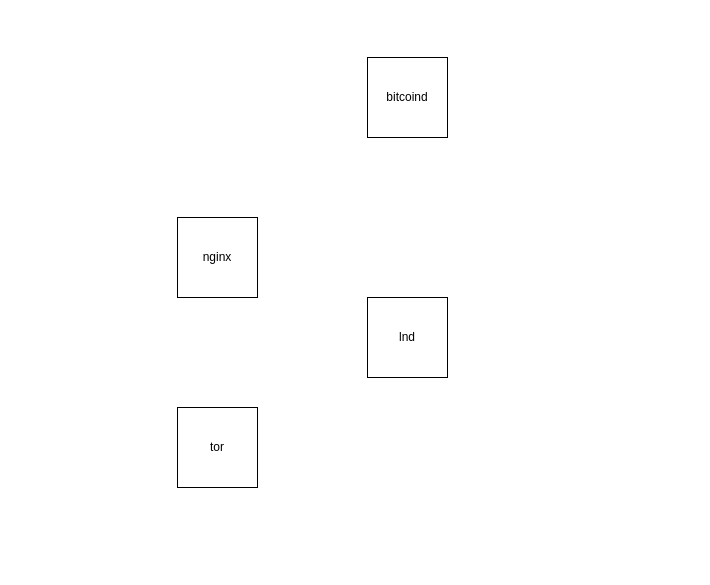
This is sch1/Diagramma senza titolo.drawio from Atzek74/schemi, a draw.io file, before an edit. Source tidied: cells renumbered, new cells numbered last; positions are measured from the earlier drawing's top-left corner, leaving out a move shared by most shapes. Both pictures are drawn from the tidied source at 100%, with x=0, y=0 at pixel (177, 57).
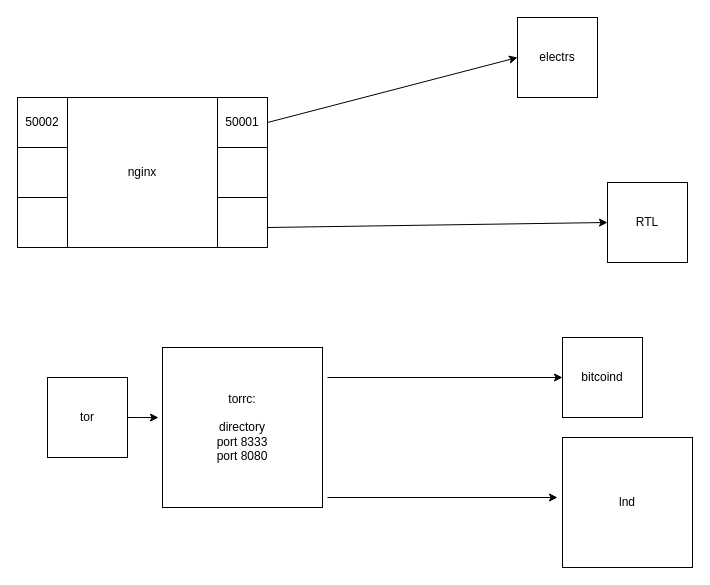
Above is the later version.

The edit, as a diff of the source:
```diff
@@
     <mxCell id="2" value="bitcoind" style="whiteSpace=wrap;html=1;" parent="1" vertex="1">
-      <mxGeometry x="190" width="80" height="80" as="geometry" />
+      <mxGeometry x="385" y="280" width="80" height="80" as="geometry" />
     </mxCell>
     <mxCell id="3" value="nginx" style="whiteSpace=wrap;html=1;" parent="1" vertex="1">
-      <mxGeometry y="160" width="80" height="80" as="geometry" />
+      <mxGeometry x="-110" y="40" width="150" height="150" as="geometry" />
     </mxCell>
     <mxCell id="4" value="tor" style="whiteSpace=wrap;html=1;" parent="1" vertex="1">
-      <mxGeometry y="350" width="80" height="80" as="geometry" />
+      <mxGeometry x="-130" y="320" width="80" height="80" as="geometry" />
     </mxCell>
     <mxCell id="5" value="lnd" style="whiteSpace=wrap;html=1;" parent="1" vertex="1">
-      <mxGeometry x="190" y="240" width="80" height="80" as="geometry" />
+      <mxGeometry x="385" y="380" width="130" height="130" as="geometry" />
     </mxCell>
+    <mxCell id="6" value="50001" style="whiteSpace=wrap;html=1;" parent="1" vertex="1">
+      <mxGeometry x="40" y="40" width="50" height="50" as="geometry" />
+    </mxCell>
+    <mxCell id="7" style="whiteSpace=wrap;html=1;" parent="1" vertex="1">
+      <mxGeometry x="40" y="90" width="50" height="50" as="geometry" />
+    </mxCell>
+    <mxCell id="8" style="whiteSpace=wrap;html=1;" parent="1" vertex="1">
+      <mxGeometry x="40" y="140" width="50" height="50" as="geometry" />
+    </mxCell>
+    <mxCell id="9" style="whiteSpace=wrap;html=1;" parent="1" vertex="1">
+      <mxGeometry x="-160" y="140" width="50" height="50" as="geometry" />
+    </mxCell>
+    <mxCell id="10" style="whiteSpace=wrap;html=1;" parent="1" vertex="1">
+      <mxGeometry x="-160" y="90" width="50" height="50" as="geometry" />
+    </mxCell>
+    <mxCell id="11" value="50002" style="whiteSpace=wrap;html=1;" parent="1" vertex="1">
+      <mxGeometry x="-160" y="40" width="50" height="50" as="geometry" />
+    </mxCell>
+    <mxCell id="12" value="electrs" style="whiteSpace=wrap;html=1;" parent="1" vertex="1">
+      <mxGeometry x="340" y="-40" width="80" height="80" as="geometry" />
+    </mxCell>
+    <mxCell id="13" style="endArrow=classic;html=1;rounded=0;entryX=0;entryY=0.5;entryDx=0;entryDy=0;exitX=1;exitY=0.5;exitDx=0;exitDy=0;" parent="1" edge="1" source="6" target="12">
+      <mxGeometry relative="1" as="geometry" />
+    </mxCell>
+    <mxCell id="14" value="RTL" style="whiteSpace=wrap;html=1;" parent="1" vertex="1">
+      <mxGeometry x="430" y="125" width="80" height="80" as="geometry" />
+    </mxCell>
+    <mxCell id="15" value="&lt;span style=&quot;background-color: initial;&quot;&gt;torrc:&lt;br&gt;&lt;/span&gt;&lt;br&gt;&lt;span style=&quot;background-color: initial;&quot;&gt;directory&lt;/span&gt;&lt;br&gt;&lt;span style=&quot;background-color: initial;&quot;&gt;port 8333&lt;/span&gt;&lt;br&gt;&lt;span style=&quot;background-color: initial;&quot;&gt;port 8080&lt;/span&gt;" style="whiteSpace=wrap;html=1;align=center;" parent="1" vertex="1">
+      <mxGeometry x="-15" y="290" width="160" height="160" as="geometry" />
+    </mxCell>
+    <mxCell id="16" style="endArrow=classic;html=1;rounded=0;exitX=1;exitY=0.5;exitDx=0;exitDy=0;entryX=-0.025;entryY=0.438;entryDx=0;entryDy=0;entryPerimeter=0;" parent="1" edge="1" source="4" target="15">
+      <mxGeometry relative="1" as="geometry" />
+    </mxCell>
+    <mxCell id="17" style="endArrow=classic;html=1;rounded=0;entryX=0;entryY=0.5;entryDx=0;entryDy=0;" parent="1" edge="1" target="2">
+      <mxGeometry relative="1" as="geometry">
+        <mxPoint x="150" y="320" as="sourcePoint" />
+      </mxGeometry>
+    </mxCell>
+    <mxCell id="18" style="endArrow=classic;html=1;rounded=0;" parent="1" edge="1">
+      <mxGeometry relative="1" as="geometry">
+        <mxPoint x="150" y="440" as="sourcePoint" />
+        <mxPoint x="380" y="440" as="targetPoint" />
+      </mxGeometry>
+    </mxCell>
+    <mxCell id="19" style="endArrow=classic;html=1;rounded=0;entryX=0;entryY=0.5;entryDx=0;entryDy=0;" parent="1" edge="1" target="14">
+      <mxGeometry relative="1" as="geometry">
+        <mxPoint x="90" y="170" as="sourcePoint" />
+      </mxGeometry>
+    </mxCell>
```
